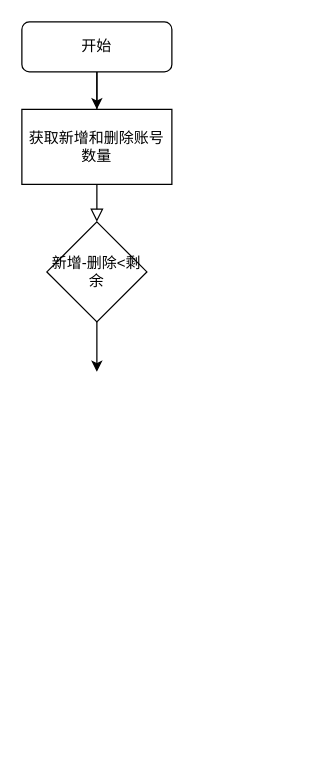
Above: 未命名绘图.drawio in m12306/javaWebTest (draw.io), before the change. Source tidied: cells renumbered, new cells numbered last; positions are measured from the earlier drawing's top-left corner, leaving out a move shared by most shapes. Both pictures are drawn from the tidied source at 125%, with x=0, y=0 at pixel (21, 21).
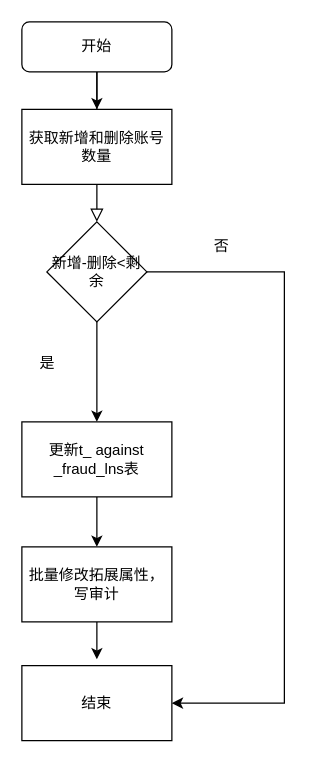
The same diagram, later.

Commit message (it also covers changes not shown here):
更新未命名绘图.drawio

Unchanged cells that the change refers to:
```xml
<mxCell id="6" value="新增-删除&amp;lt;剩余" style="rhombus;whiteSpace=wrap;html=1;" parent="1" vertex="1">
  <mxGeometry x="20" y="160" width="80" height="80" as="geometry" />
</mxCell>
```

What changed in the source:
```diff
@@
     <mxCell id="7" style="endArrow=classic;html=1;rounded=0;exitX=0.5;exitY=1;exitDx=0;exitDy=0;" parent="1" edge="1" source="6">
       <mxGeometry relative="1" as="geometry">
-        <mxPoint x="60" y="280" as="targetPoint" />
+        <mxPoint x="60" y="320" as="targetPoint" />
       </mxGeometry>
     </mxCell>
+    <mxCell id="8" style="endArrow=classic;html=1;rounded=0;exitX=1;exitY=0.5;exitDx=0;exitDy=0;entryX=1;entryY=0.5;entryDx=0;entryDy=0;" parent="1" edge="1" source="6" target="15">
+      <mxGeometry relative="1" as="geometry">
+        <Array as="points">
+          <mxPoint x="210" y="200" />
+          <mxPoint x="210" y="545" />
+        </Array>
+      </mxGeometry>
+    </mxCell>
+    <mxCell id="9" value="否" style="text;html=1;strokeColor=none;fillColor=none;align=center;verticalAlign=middle;whiteSpace=wrap;rounded=0;" parent="1" vertex="1">
+      <mxGeometry x="140" y="170" width="40" height="20" as="geometry" />
+    </mxCell>
+    <mxCell id="10" value="是" style="text;html=1;align=center;verticalAlign=middle;strokeColor=none;fillColor=none;" parent="1" vertex="1">
+      <mxGeometry y="258" width="40" height="30" as="geometry" />
+    </mxCell>
+    <mxCell id="11" value="更新t_ against _fraud_lns表" style="whiteSpace=wrap;html=1;" parent="1" vertex="1">
+      <mxGeometry y="320" width="120" height="60" as="geometry" />
+    </mxCell>
+    <mxCell id="12" style="endArrow=classic;html=1;rounded=0;exitX=0.5;exitY=1;exitDx=0;exitDy=0;" parent="1" edge="1" source="11">
+      <mxGeometry relative="1" as="geometry">
+        <mxPoint x="60" y="420" as="targetPoint" />
+      </mxGeometry>
+    </mxCell>
+    <mxCell id="13" style="edgeStyle=orthogonalEdgeStyle;rounded=0;jettySize=auto;html=1;" parent="1" edge="1" source="14">
+      <mxGeometry relative="1" as="geometry">
+        <mxPoint x="60" y="510" as="targetPoint" />
+      </mxGeometry>
+    </mxCell>
+    <mxCell id="14" value="批量修改拓展属性，写审计" style="rounded=0;whiteSpace=wrap;html=1;" parent="1" vertex="1">
+      <mxGeometry y="420" width="120" height="60" as="geometry" />
+    </mxCell>
+    <mxCell id="15" value="结束" style="whiteSpace=wrap;html=1;" parent="1" vertex="1">
+      <mxGeometry y="515" width="120" height="60" as="geometry" />
+    </mxCell>
```
